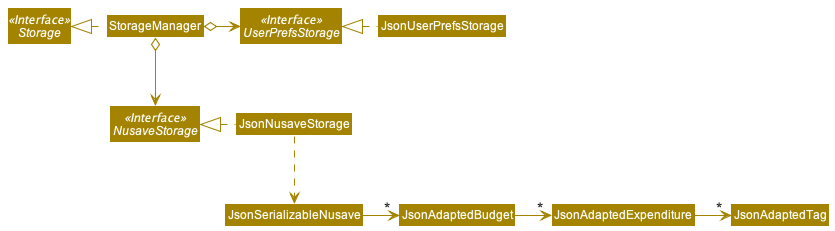
Before: docs/diagrams/StorageClassDiagram.png, a diagram exported from PlantUML (yu-ming-chen/tp). Source of this version:
```plantuml
@startuml
!include style.puml
skinparam arrowThickness 1.1
skinparam arrowColor STORAGE_COLOR
skinparam classBackgroundColor STORAGE_COLOR

Interface Storage <<Interface>>
Interface UserPrefsStorage <<Interface>>
Interface NusaveStorage <<Interface>>

Class StorageManager
Class JsonUserPrefsStorage
Class JsonNusaveStorage

StorageManager .left.|> Storage
StorageManager o-right-> UserPrefsStorage
StorageManager o--> NusaveStorage

JsonUserPrefsStorage .left.|> UserPrefsStorage
JsonNusaveStorage .left.|> NusaveStorage
JsonNusaveStorage .down.> JsonSerializableNusave
JsonSerializableNusave -right-> "*" JsonAdaptedBudget
JsonAdaptedBudget -right-> "*" JsonAdaptedExpenditure
JsonAdaptedExpenditure -right-> "*" JsonAdaptedTag
@enduml
```
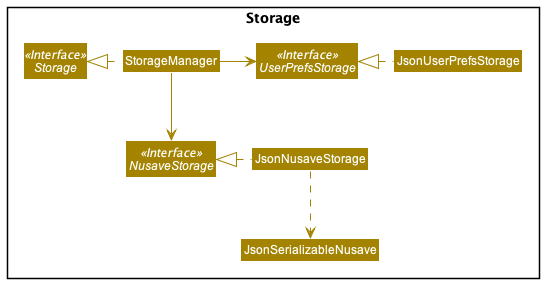
After the commit.

Change to the diagram source:
```diff
@@ -4,22 +4,21 @@
 skinparam arrowColor STORAGE_COLOR
 skinparam classBackgroundColor STORAGE_COLOR
 
+package Storage {
 Interface Storage <<Interface>>
 Interface UserPrefsStorage <<Interface>>
 Interface NusaveStorage <<Interface>>
-
 Class StorageManager
 Class JsonUserPrefsStorage
 Class JsonNusaveStorage
+Class JsonSerializableNusave
+}
 
 StorageManager .left.|> Storage
-StorageManager o-right-> UserPrefsStorage
-StorageManager o--> NusaveStorage
+StorageManager -right-> UserPrefsStorage
+StorageManager --> NusaveStorage
 
 JsonUserPrefsStorage .left.|> UserPrefsStorage
 JsonNusaveStorage .left.|> NusaveStorage
 JsonNusaveStorage .down.> JsonSerializableNusave
-JsonSerializableNusave -right-> "*" JsonAdaptedBudget
-JsonAdaptedBudget -right-> "*" JsonAdaptedExpenditure
-JsonAdaptedExpenditure -right-> "*" JsonAdaptedTag
 @enduml
```
